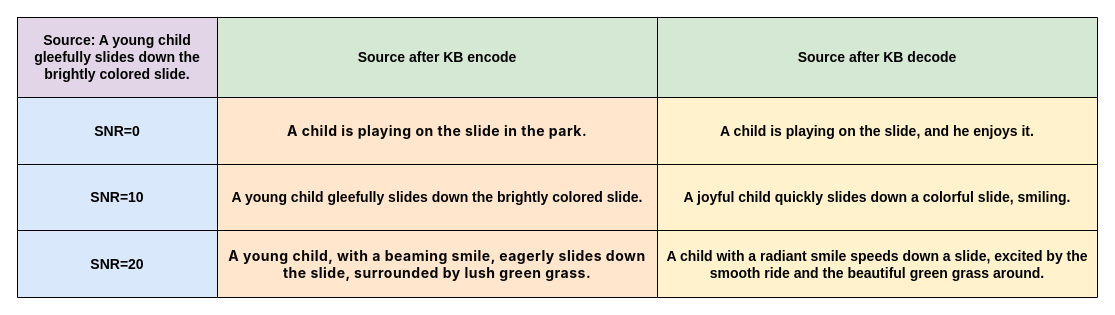
Before: UBC-CSC/table.drawio in TuuSiwei/paper_image, a draw.io diagram. Source tidied: cells renumbered, new cells numbered last; positions are measured from the earlier drawing's top-left corner, leaving out a move shared by most shapes. Both pictures are drawn from the tidied source at 100%, with x=0, y=0 at pixel (17, 17).
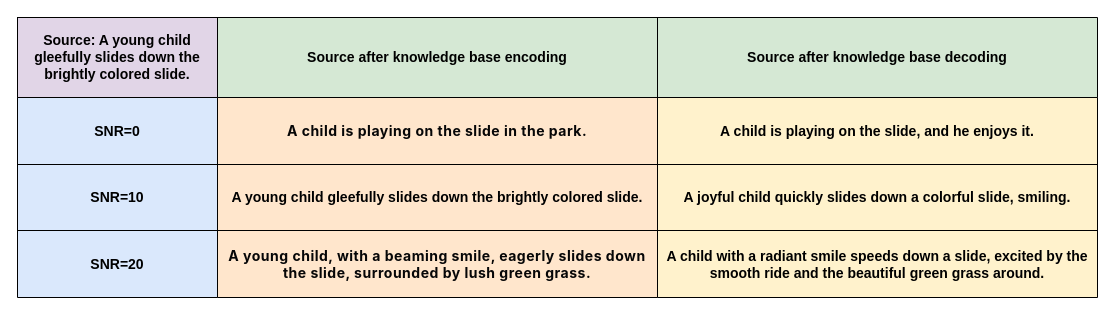
After the change.

Unchanged cells that the change refers to:
```xml
<mxCell id="27" style="shape=tableRow;horizontal=0;startSize=0;swimlaneHead=0;swimlaneBody=0;strokeColor=#000000;top=0;left=0;bottom=0;right=0;fillColor=none;" parent="26" vertex="1">
  <mxGeometry width="880" height="80" as="geometry" />
</mxCell>
```

The edit, as a diff of the source:
```diff
@@
-    <mxCell id="28" value="&lt;b&gt;&lt;font style=&quot;font-size: 14px;&quot;&gt;Source after KB encode&lt;/font&gt;&lt;/b&gt;" style="shape=partialRectangle;html=1;whiteSpace=wrap;strokeColor=#000000;overflow=hidden;fillColor=none;top=0;left=0;bottom=0;right=0;" parent="27" vertex="1">
+    <mxCell id="28" value="&lt;b&gt;&lt;font style=&quot;font-size: 14px;&quot;&gt;Source after knowledge base encoding&lt;/font&gt;&lt;/b&gt;" style="shape=partialRectangle;html=1;whiteSpace=wrap;strokeColor=#000000;overflow=hidden;fillColor=none;top=0;left=0;bottom=0;right=0;" parent="27" vertex="1">
       <mxGeometry width="440" height="80" as="geometry" />
     </mxCell>
-    <mxCell id="29" value="&lt;b&gt;&lt;font style=&quot;font-size: 14px;&quot;&gt;Source after KB decode&lt;/font&gt;&lt;/b&gt;" style="shape=partialRectangle;html=1;whiteSpace=wrap;strokeColor=#000000;overflow=hidden;fillColor=none;top=0;left=0;bottom=0;right=0;" parent="27" vertex="1">
+    <mxCell id="29" value="&lt;b&gt;&lt;font style=&quot;font-size: 14px;&quot;&gt;Source after&amp;nbsp;&lt;/font&gt;&lt;/b&gt;&lt;b&gt;&lt;font style=&quot;font-size: 14px;&quot;&gt;knowledge base decoding&lt;/font&gt;&lt;/b&gt;" style="shape=partialRectangle;html=1;whiteSpace=wrap;strokeColor=#000000;overflow=hidden;fillColor=none;top=0;left=0;bottom=0;right=0;" parent="27" vertex="1">
       <mxGeometry x="440" width="440" height="80" as="geometry" />
     </mxCell>
```
